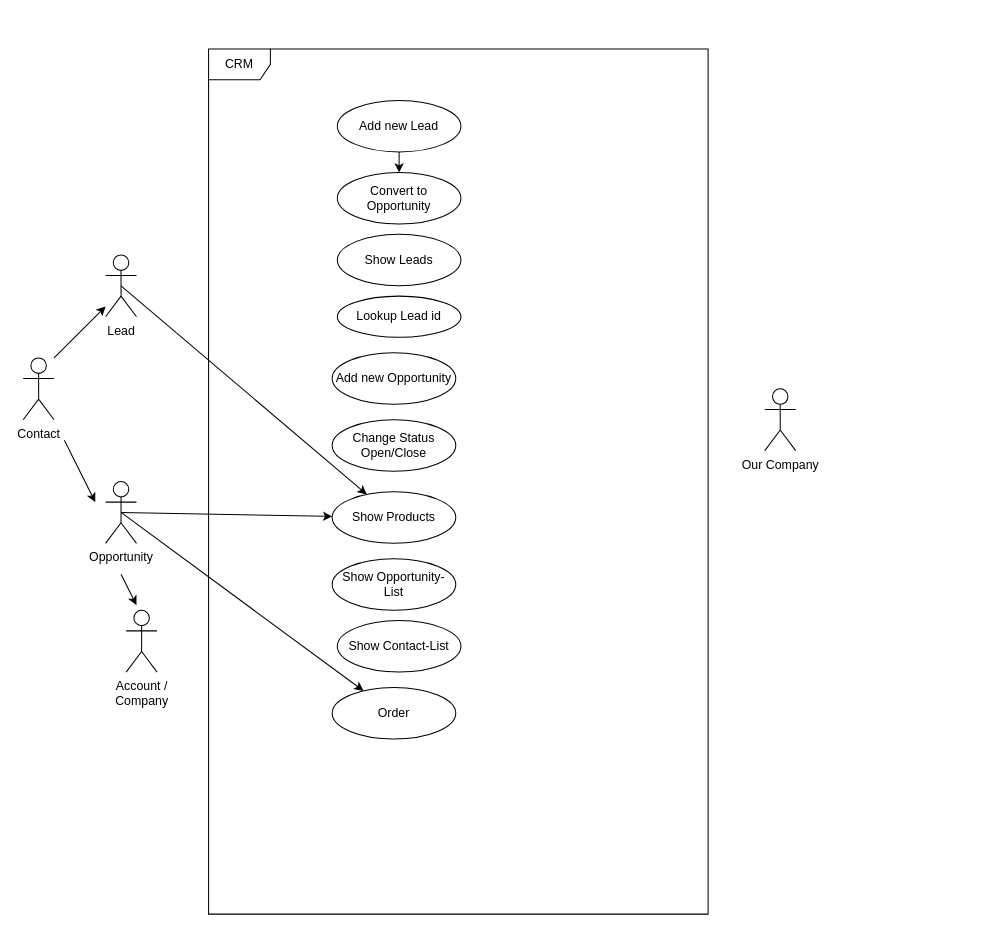
Above: Use case diagram.drawio in Patrick77-7/CustomerRelationshipManagement (draw.io), before the change. Source tidied: cells renumbered, new cells numbered last; positions are measured from the earlier drawing's top-left corner, leaving out a move shared by most shapes. Both pictures are drawn from the tidied source at 103%, with x=0, y=0 at pixel (23, 48).
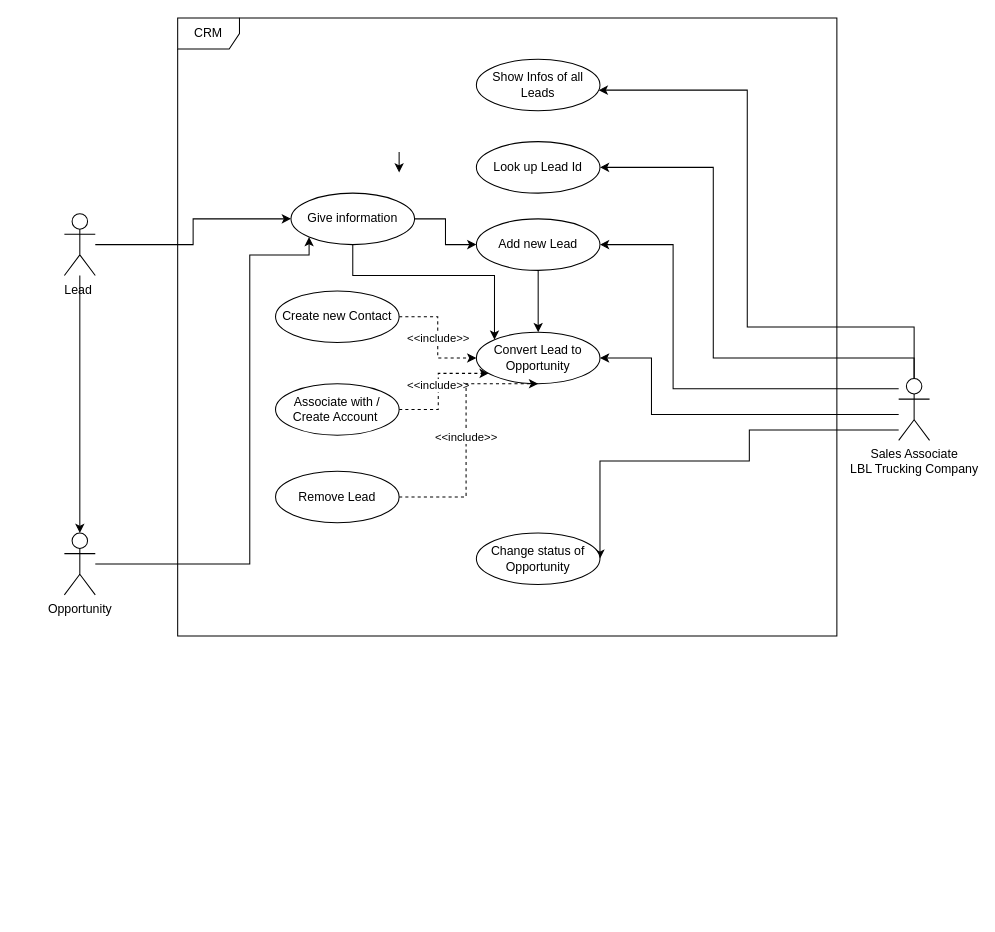
The same page after the edit.

Diff of the diagram source:
```diff
@@
     <mxCell id="2" value="CRM" style="shape=umlFrame;whiteSpace=wrap;html=1;" parent="1" vertex="1">
-      <mxGeometry x="180" width="485" height="840" as="geometry" />
+      <mxGeometry x="150" y="-30" width="640" height="600" as="geometry" />
     </mxCell>
-    <mxCell id="3" style="edgeStyle=none;rounded=0;jettySize=auto;html=1;exitX=0.5;exitY=0.5;exitDx=0;exitDy=0;exitPerimeter=0;" parent="1" edge="1" source="4" target="19">
-      <mxGeometry relative="1" as="geometry" />
-    </mxCell>
+    <mxCell id="25" style="edgeStyle=orthogonalEdgeStyle;rounded=0;jettySize=auto;html=1;entryX=1;entryY=0.5;entryDx=0;entryDy=0;" parent="1" edge="1" source="30" target="10">
+      <mxGeometry relative="1" as="geometry">
+        <Array as="points">
+          <mxPoint x="631" y="330" />
+          <mxPoint x="631" y="190" />
+        </Array>
+      </mxGeometry>
+    </mxCell>
+    <mxCell id="26" style="edgeStyle=orthogonalEdgeStyle;rounded=0;jettySize=auto;html=1;entryX=1;entryY=0.5;entryDx=0;entryDy=0;" parent="1" edge="1" source="30" target="31">
+      <mxGeometry relative="1" as="geometry">
+        <Array as="points">
+          <mxPoint x="610" y="355" />
+          <mxPoint x="610" y="300" />
+        </Array>
+      </mxGeometry>
+    </mxCell>
+    <mxCell id="27" style="edgeStyle=orthogonalEdgeStyle;rounded=0;jettySize=auto;html=1;" parent="1" edge="1" source="30" target="37">
+      <mxGeometry relative="1" as="geometry">
+        <Array as="points">
+          <mxPoint x="865" y="270" />
+          <mxPoint x="703" y="270" />
+          <mxPoint x="703" y="40" />
+        </Array>
+      </mxGeometry>
+    </mxCell>
+    <mxCell id="28" style="edgeStyle=orthogonalEdgeStyle;rounded=0;jettySize=auto;html=1;entryX=1;entryY=0.5;entryDx=0;entryDy=0;" parent="1" edge="1" source="30" target="41">
+      <mxGeometry relative="1" as="geometry">
+        <Array as="points">
+          <mxPoint x="705" y="370" />
+          <mxPoint x="705" y="400" />
+        </Array>
+      </mxGeometry>
+    </mxCell>
+    <mxCell id="29" style="edgeStyle=orthogonalEdgeStyle;rounded=0;jettySize=auto;html=1;entryX=1;entryY=0.5;entryDx=0;entryDy=0;" parent="1" edge="1" source="30" target="42">
+      <mxGeometry relative="1" as="geometry">
+        <Array as="points">
+          <mxPoint x="865" y="300" />
+          <mxPoint x="670" y="300" />
+          <mxPoint x="670" y="115" />
+        </Array>
+      </mxGeometry>
+    </mxCell>
+    <mxCell id="30" value="Sales Associate &lt;br&gt;LBL Trucking Company" style="shape=umlActor;verticalLabelPosition=bottom;verticalAlign=top;html=1;" parent="1" vertex="1">
+      <mxGeometry x="850" y="320" width="30" height="60" as="geometry" />
+    </mxCell>
+    <mxCell id="10" value="Add new Lead" style="ellipse;whiteSpace=wrap;html=1;" parent="1" vertex="1">
+      <mxGeometry x="440" y="165" width="120" height="50" as="geometry" />
+    </mxCell>
+    <mxCell id="31" value="Convert Lead to Opportunity" style="ellipse;whiteSpace=wrap;html=1;" parent="1" vertex="1">
+      <mxGeometry x="440" y="275" width="120" height="50" as="geometry" />
+    </mxCell>
+    <mxCell id="32" style="endArrow=classic;html=1;entryX=0.5;entryY=0;entryDx=0;entryDy=0;" parent="1" edge="1" source="10" target="31">
+      <mxGeometry relative="1" as="geometry" />
+    </mxCell>
+    <mxCell id="33" value="&amp;lt;&amp;lt;include&amp;gt;&amp;gt;" style="edgeStyle=orthogonalEdgeStyle;rounded=0;jettySize=auto;html=1;dashed=1;" parent="1" edge="1" source="34" target="31">
+      <mxGeometry relative="1" as="geometry" />
+    </mxCell>
+    <mxCell id="12" style="endArrow=classic;html=1;entryX=0.5;entryY=0;entryDx=0;entryDy=0;" parent="1" edge="1">
+      <mxGeometry relative="1" as="geometry">
+        <mxPoint x="365" y="100" as="sourcePoint" />
+        <mxPoint x="365" y="120" as="targetPoint" />
+      </mxGeometry>
+    </mxCell>
+    <mxCell id="34" value="Create new Contact" style="ellipse;whiteSpace=wrap;html=1;" parent="1" vertex="1">
+      <mxGeometry x="245" y="235" width="120" height="50" as="geometry" />
+    </mxCell>
+    <mxCell id="35" value="&amp;lt;&amp;lt;include&amp;gt;&amp;gt;" style="edgeStyle=orthogonalEdgeStyle;rounded=0;jettySize=auto;html=1;dashed=1;" parent="1" edge="1" source="36" target="31">
+      <mxGeometry relative="1" as="geometry">
+        <Array as="points">
+          <mxPoint x="403" y="350" />
+          <mxPoint x="403" y="315" />
+        </Array>
+      </mxGeometry>
+    </mxCell>
+    <mxCell id="36" value="Associate with / Create Account&amp;nbsp;" style="ellipse;whiteSpace=wrap;html=1;" parent="1" vertex="1">
+      <mxGeometry x="245" y="325" width="120" height="50" as="geometry" />
+    </mxCell>
+    <mxCell id="37" value="Show Infos of all Leads" style="ellipse;whiteSpace=wrap;html=1;" parent="1" vertex="1">
+      <mxGeometry x="440" y="10" width="120" height="50" as="geometry" />
+    </mxCell>
+    <mxCell id="38" style="edgeStyle=orthogonalEdgeStyle;rounded=0;jettySize=auto;html=1;" parent="1" edge="1" source="4" target="7">
+      <mxGeometry relative="1" as="geometry" />
+    </mxCell>
+    <mxCell id="39" style="edgeStyle=orthogonalEdgeStyle;rounded=0;jettySize=auto;html=1;entryX=0;entryY=0.5;entryDx=0;entryDy=0;" parent="1" edge="1" source="4" target="47">
+      <mxGeometry relative="1" as="geometry" />
+    </mxCell>
-    <mxCell id="4" value="Lead" style="shape=umlActor;verticalLabelPosition=bottom;verticalAlign=top;html=1;" parent="1" vertex="1">
-      <mxGeometry x="80" y="200" width="30" height="60" as="geometry" />
+    <mxCell id="4" value="Lead&amp;nbsp;" style="shape=umlActor;verticalLabelPosition=bottom;verticalAlign=top;html=1;outlineConnect=0;" parent="1" vertex="1">
+      <mxGeometry x="40" y="160" width="30" height="60" as="geometry" />
     </mxCell>
-    <mxCell id="5" style="edgeStyle=none;rounded=0;jettySize=auto;html=1;exitX=0.5;exitY=0.5;exitDx=0;exitDy=0;exitPerimeter=0;" parent="1" edge="1" source="7" target="19">
-      <mxGeometry relative="1" as="geometry" />
-    </mxCell>
-    <mxCell id="6" style="edgeStyle=none;rounded=0;jettySize=auto;html=1;exitX=0.5;exitY=0.5;exitDx=0;exitDy=0;exitPerimeter=0;" parent="1" edge="1" source="7" target="24">
-      <mxGeometry relative="1" as="geometry" />
-    </mxCell>
+    <mxCell id="40" style="edgeStyle=orthogonalEdgeStyle;rounded=0;jettySize=auto;html=1;entryX=0;entryY=1;entryDx=0;entryDy=0;" parent="1" edge="1" source="7" target="47">
+      <mxGeometry relative="1" as="geometry">
+        <Array as="points">
+          <mxPoint x="220" y="500" />
+          <mxPoint x="220" y="200" />
+          <mxPoint x="278" y="200" />
+        </Array>
+      </mxGeometry>
+    </mxCell>
-    <mxCell id="7" value="Opportunity" style="shape=umlActor;verticalLabelPosition=bottom;verticalAlign=top;html=1;" parent="1" vertex="1">
-      <mxGeometry x="80" y="420" width="30" height="60" as="geometry" />
+    <mxCell id="7" value="Opportunity" style="shape=umlActor;verticalLabelPosition=bottom;verticalAlign=top;html=1;outlineConnect=0;" parent="1" vertex="1">
+      <mxGeometry x="40" y="470" width="30" height="60" as="geometry" />
     </mxCell>
-    <mxCell id="8" value="Contact" style="shape=umlActor;verticalLabelPosition=bottom;verticalAlign=top;html=1;" parent="1" vertex="1">
-      <mxGeometry y="300" width="30" height="60" as="geometry" />
-    </mxCell>
-    <mxCell id="9" value="Our Company" style="shape=umlActor;verticalLabelPosition=bottom;verticalAlign=top;html=1;" parent="1" vertex="1">
-      <mxGeometry x="720" y="330" width="30" height="60" as="geometry" />
-    </mxCell>
-    <mxCell id="10" value="Add new Lead" style="ellipse;whiteSpace=wrap;html=1;" parent="1" vertex="1">
-      <mxGeometry x="305" y="50" width="120" height="50" as="geometry" />
-    </mxCell>
-    <mxCell id="11" value="Convert to Opportunity" style="ellipse;whiteSpace=wrap;html=1;" parent="1" vertex="1">
-      <mxGeometry x="305" y="120" width="120" height="50" as="geometry" />
-    </mxCell>
-    <mxCell id="12" style="endArrow=classic;html=1;entryX=0.5;entryY=0;entryDx=0;entryDy=0;" parent="1" edge="1" source="10" target="11">
-      <mxGeometry relative="1" as="geometry" />
-    </mxCell>
-    <mxCell id="13" value="Show Leads" style="ellipse;whiteSpace=wrap;html=1;" parent="1" vertex="1">
-      <mxGeometry x="305" y="180" width="120" height="50" as="geometry" />
-    </mxCell>
-    <mxCell id="14" value="Lookup Lead id&lt;br&gt;" style="ellipse;whiteSpace=wrap;html=1;" parent="1" vertex="1">
-      <mxGeometry x="305" y="240" width="120" height="40" as="geometry" />
-    </mxCell>
-    <mxCell id="15" style="endArrow=classic;html=1;" parent="1" edge="1">
-      <mxGeometry relative="1" as="geometry">
-        <mxPoint x="30" y="300" as="sourcePoint" />
-        <mxPoint x="80" y="250" as="targetPoint" />
-      </mxGeometry>
-    </mxCell>
-    <mxCell id="16" style="endArrow=classic;html=1;" parent="1" edge="1">
-      <mxGeometry relative="1" as="geometry">
-        <mxPoint x="40" y="380" as="sourcePoint" />
-        <mxPoint x="70" y="440" as="targetPoint" />
-      </mxGeometry>
-    </mxCell>
-    <mxCell id="17" value="Add new Opportunity" style="ellipse;whiteSpace=wrap;html=1;" parent="1" vertex="1">
-      <mxGeometry x="300" y="295" width="120" height="50" as="geometry" />
-    </mxCell>
-    <mxCell id="18" value="Change Status&lt;br&gt;Open/Close" style="ellipse;whiteSpace=wrap;html=1;" parent="1" vertex="1">
-      <mxGeometry x="300" y="360" width="120" height="50" as="geometry" />
-    </mxCell>
-    <mxCell id="19" value="Show Products" style="ellipse;whiteSpace=wrap;html=1;" parent="1" vertex="1">
-      <mxGeometry x="300" y="430" width="120" height="50" as="geometry" />
-    </mxCell>
-    <mxCell id="20" value="Account / &lt;br&gt;Company" style="shape=umlActor;verticalLabelPosition=bottom;verticalAlign=top;html=1;" parent="1" vertex="1">
-      <mxGeometry x="100" y="545" width="30" height="60" as="geometry" />
-    </mxCell>
-    <mxCell id="21" style="endArrow=classic;html=1;" parent="1" edge="1">
-      <mxGeometry relative="1" as="geometry">
-        <mxPoint x="95" y="510" as="sourcePoint" />
-        <mxPoint x="110" y="540" as="targetPoint" />
-      </mxGeometry>
-    </mxCell>
-    <mxCell id="22" value="Show Opportunity-List" style="ellipse;whiteSpace=wrap;html=1;" parent="1" vertex="1">
-      <mxGeometry x="300" y="495" width="120" height="50" as="geometry" />
-    </mxCell>
-    <mxCell id="23" value="Show Contact-List" style="ellipse;whiteSpace=wrap;html=1;" parent="1" vertex="1">
-      <mxGeometry x="305" y="555" width="120" height="50" as="geometry" />
-    </mxCell>
-    <mxCell id="24" value="Order" style="ellipse;whiteSpace=wrap;html=1;" parent="1" vertex="1">
-      <mxGeometry x="300" y="620" width="120" height="50" as="geometry" />
-    </mxCell>
+    <mxCell id="41" value="Change status of Opportunity" style="ellipse;whiteSpace=wrap;html=1;" parent="1" vertex="1">
+      <mxGeometry x="440" y="470" width="120" height="50" as="geometry" />
+    </mxCell>
+    <mxCell id="42" value="Look up Lead Id" style="ellipse;whiteSpace=wrap;html=1;" parent="1" vertex="1">
+      <mxGeometry x="440" y="90" width="120" height="50" as="geometry" />
+    </mxCell>
+    <mxCell id="43" value="&amp;lt;&amp;lt;include&amp;gt;&amp;gt;" style="edgeStyle=orthogonalEdgeStyle;rounded=0;jettySize=auto;html=1;entryX=0.5;entryY=1;entryDx=0;entryDy=0;dashed=1;" parent="1" edge="1" source="44" target="31">
+      <mxGeometry relative="1" as="geometry">
+        <Array as="points">
+          <mxPoint x="430" y="435" />
+          <mxPoint x="430" y="325" />
+        </Array>
+      </mxGeometry>
+    </mxCell>
+    <mxCell id="44" value="Remove Lead" style="ellipse;whiteSpace=wrap;html=1;" parent="1" vertex="1">
+      <mxGeometry x="245" y="410" width="120" height="50" as="geometry" />
+    </mxCell>
+    <mxCell id="45" style="edgeStyle=orthogonalEdgeStyle;rounded=0;jettySize=auto;html=1;entryX=0;entryY=0.5;entryDx=0;entryDy=0;" parent="1" edge="1" source="47" target="10">
+      <mxGeometry relative="1" as="geometry" />
+    </mxCell>
+    <mxCell id="46" style="edgeStyle=orthogonalEdgeStyle;rounded=0;jettySize=auto;html=1;entryX=0;entryY=0;entryDx=0;entryDy=0;" parent="1" edge="1" source="47" target="31">
+      <mxGeometry relative="1" as="geometry">
+        <Array as="points">
+          <mxPoint x="320" y="220" />
+          <mxPoint x="458" y="220" />
+        </Array>
+      </mxGeometry>
+    </mxCell>
+    <mxCell id="47" value="Give information" style="ellipse;whiteSpace=wrap;html=1;" parent="1" vertex="1">
+      <mxGeometry x="260" y="140" width="120" height="50" as="geometry" />
+    </mxCell>
```
